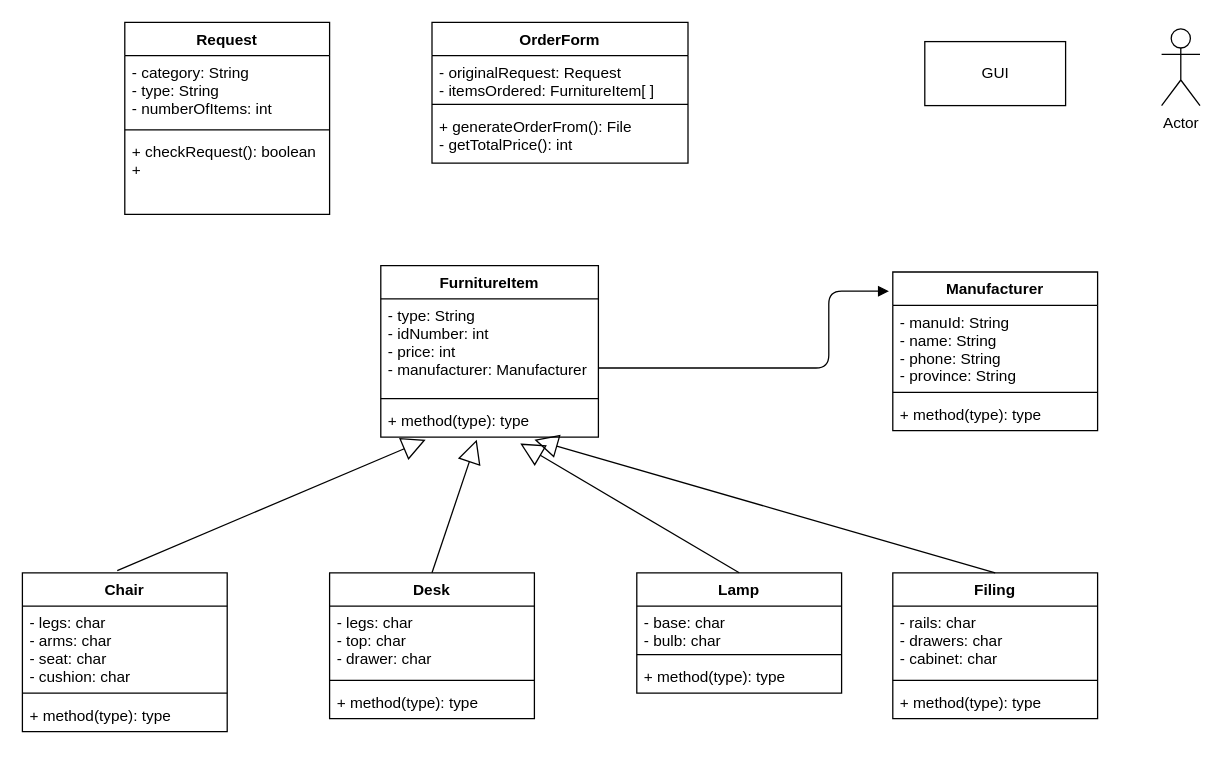
Hahkobeh/ENSF409-Final-Project keeps this draw.io diagram as UML.drawio. Above is the earlier version. Source tidied: cells renumbered, new cells numbered last; positions are measured from the earlier drawing's top-left corner, leaving out a move shared by most shapes. Both pictures are drawn from the tidied source at 128%, with x=0, y=0 at pixel (22, 22).
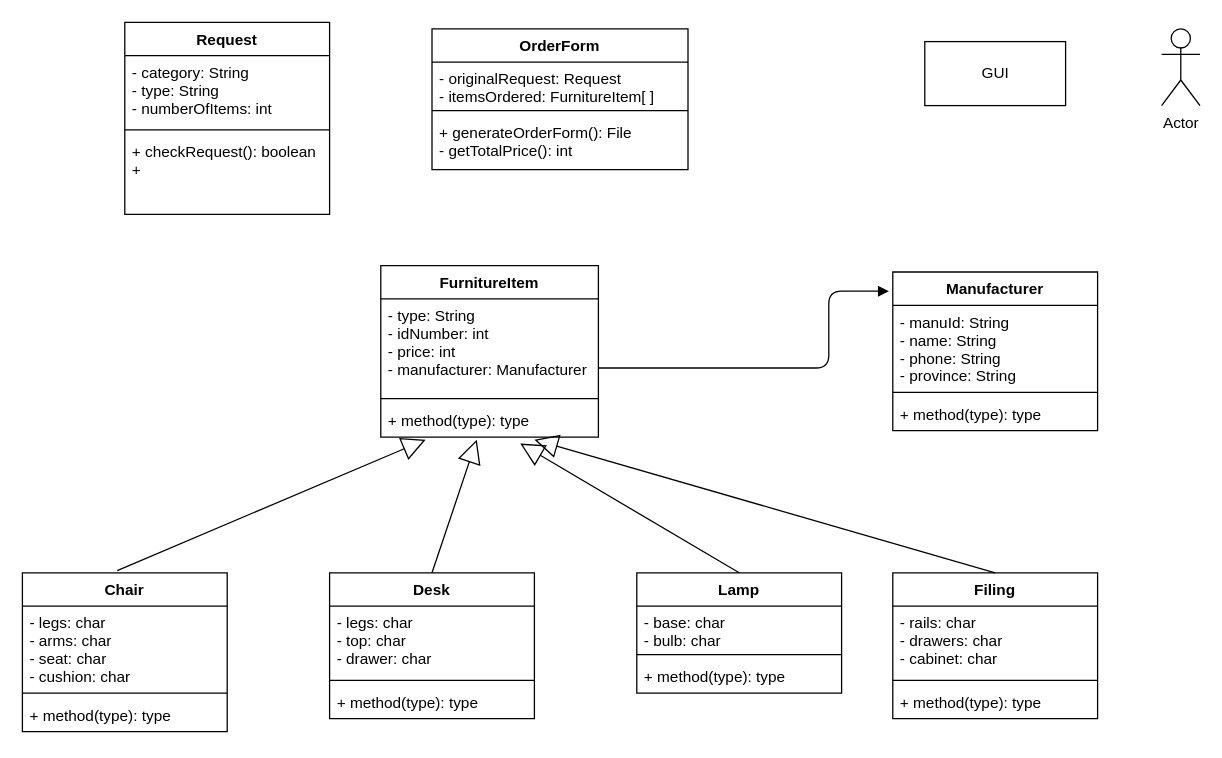
Above is the later version.

The edit, as a diff of the source:
```diff
@@
     <mxCell id="35" value="OrderForm" style="swimlane;fontStyle=1;align=center;verticalAlign=top;horizontal=1;startSize=26;" parent="1" vertex="1">
-      <mxGeometry x="320" width="200" height="110" as="geometry" />
+      <mxGeometry x="320" y="5" width="200" height="110" as="geometry" />
     </mxCell>
@@
-    <mxCell id="38" value="+ generateOrderFrom(): File&#10;- getTotalPrice(): int" style="text;strokeColor=none;fillColor=none;align=left;verticalAlign=top;spacingLeft=4;spacingRight=4;overflow=hidden;" parent="35" vertex="1">
+    <mxCell id="38" value="+ generateOrderForm(): File&#10;- getTotalPrice(): int" style="text;strokeColor=none;fillColor=none;align=left;verticalAlign=top;spacingLeft=4;spacingRight=4;overflow=hidden;" parent="35" vertex="1">
       <mxGeometry y="68" width="200" height="42" as="geometry" />
     </mxCell>
```
